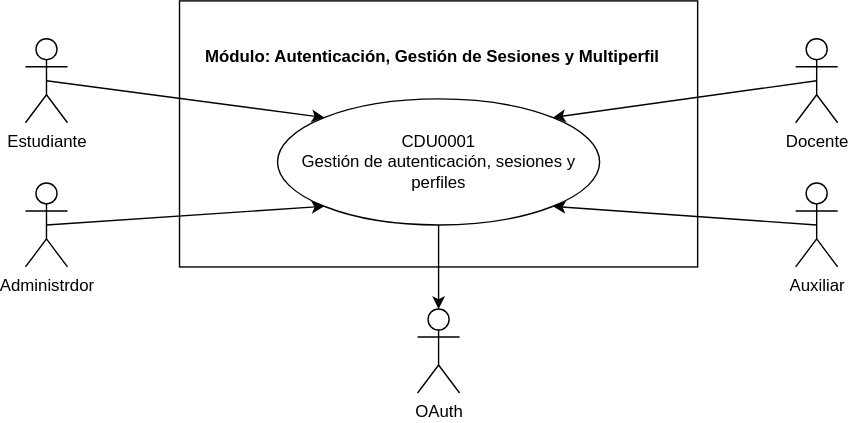
This is Documentacion/CDU/CDU_PrimeraDescomposicion_M1_202307691.drawio.svg from thanya-gate/SA_PROYECTO_202307691, a draw.io export, as it was before one commit. Source tidied: cells renumbered, new cells last; positions are measured from the earlier drawing's top-left corner, leaving out a move shared by most shapes.
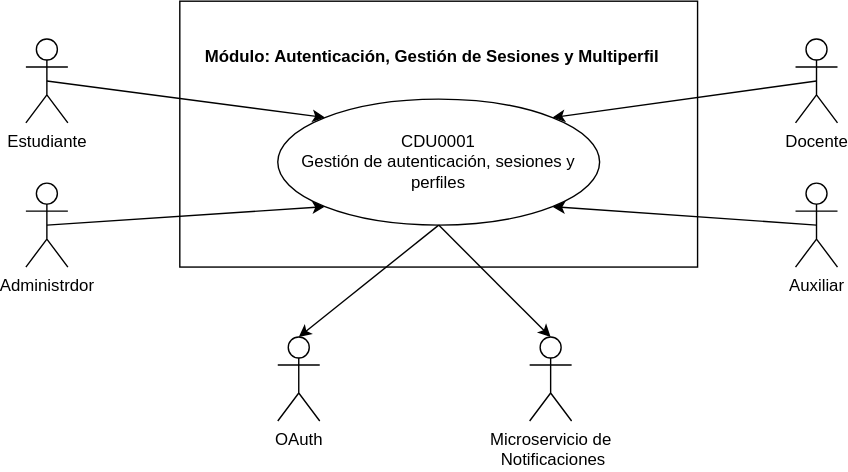
The same file after the commit.

Change to the diagram source:
```diff
@@ -36,10 +36,16 @@
       <mxGeometry x="250" y="27" width="80" height="26" as="geometry" />
     </mxCell>
     <mxCell id="13" value="OAuth" style="shape=umlActor;verticalLabelPosition=bottom;verticalAlign=top;html=1;" parent="1" vertex="1">
-      <mxGeometry x="280" y="220" width="30" height="60" as="geometry" />
+      <mxGeometry x="180" y="240" width="30" height="60" as="geometry" />
     </mxCell>
-    <mxCell id="14" style="edgeStyle=orthogonalEdgeStyle;rounded=0;jettySize=auto;html=1;exitX=0.5;exitY=1;exitDx=0;exitDy=0;entryX=0.5;entryY=0;entryDx=0;entryDy=0;entryPerimeter=0;" parent="1" edge="1" source="9" target="13">
+    <mxCell id="14" style="rounded=0;jettySize=auto;html=1;exitX=0.5;exitY=1;exitDx=0;exitDy=0;entryX=0.5;entryY=0;entryDx=0;entryDy=0;entryPerimeter=0;" parent="1" edge="1" source="9" target="13">
       <mxGeometry relative="1" as="geometry" />
     </mxCell>
+    <mxCell id="15" value="Microservicio de&lt;div&gt;&amp;nbsp;Notificaciones&lt;/div&gt;" style="shape=umlActor;verticalLabelPosition=bottom;verticalAlign=top;html=1;" parent="1" vertex="1">
+      <mxGeometry x="360" y="240" width="30" height="60" as="geometry" />
+    </mxCell>
+    <mxCell id="16" style="rounded=0;jettySize=auto;html=1;exitX=0.5;exitY=1;exitDx=0;exitDy=0;entryX=0.5;entryY=0;entryDx=0;entryDy=0;entryPerimeter=0;" parent="1" edge="1" source="9" target="15">
+      <mxGeometry relative="1" as="geometry" />
+    </mxCell>
   </root>
 </mxGraphModel>
```
